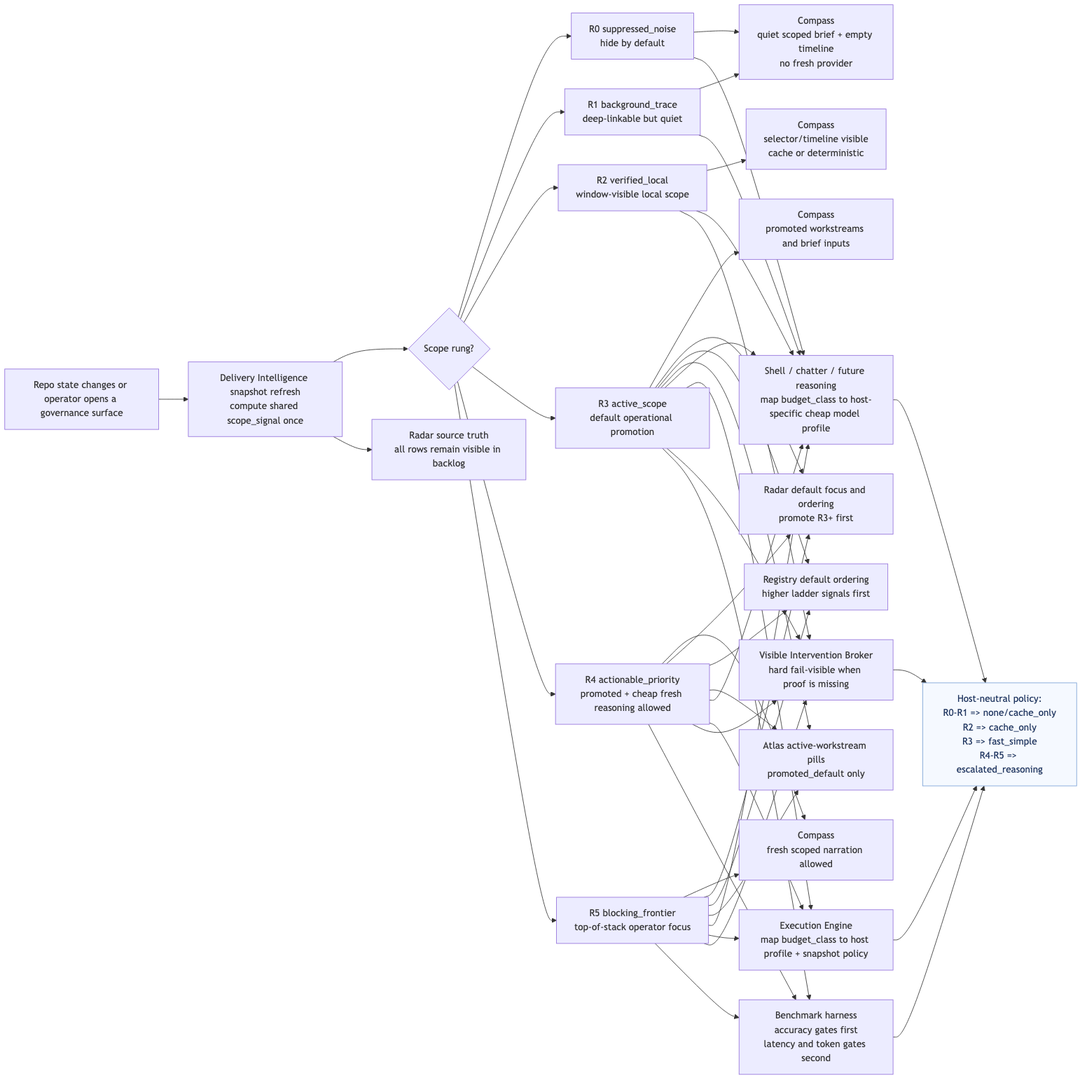
The Mermaid diagram odylith/atlas/source/odylith-governance-surface-focus-and-budget-gating-flow.png in odylith/odylith, before a commit. Its source is kept beside it as odylith/atlas/source/odylith-governance-surface-focus-and-budget-gating-flow.mmd. The source it was exported from:
```mermaid
flowchart LR
  Start["Repo state changes or operator opens a governance surface"]
  Delivery["Delivery Intelligence snapshot refresh<br/>compute shared scope_signal once"]
  Split{"Scope rung?"}

  R0["R0 suppressed_noise<br/>hide by default"]
  R1["R1 background_trace<br/>deep-linkable but quiet"]
  R2["R2 verified_local<br/>window-visible local scope"]
  R3["R3 active_scope<br/>default operational promotion"]
  R4["R4 actionable_priority<br/>promoted + cheap fresh reasoning allowed"]
  R5["R5 blocking_frontier<br/>top-of-stack operator focus"]

  CompassQuiet["Compass<br/>quiet scoped brief + empty timeline<br/>no fresh provider"]
  CompassVisible["Compass<br/>selector/timeline visible<br/>cache or deterministic"]
  CompassPromoted["Compass<br/>promoted workstreams and brief inputs"]
  CompassFresh["Compass<br/>fresh scoped narration allowed"]

  RadarAll["Radar source truth<br/>all rows remain visible in backlog"]
  RadarPromoted["Radar default focus and ordering<br/>promote R3+ first"]

  RegistryPromoted["Registry default ordering<br/>higher ladder signals first"]
  AtlasPromoted["Atlas active-workstream pills<br/>promoted_default only"]
  ShellBudget["Shell / chatter / future reasoning<br/>map budget_class to host-specific cheap model profile"]
  ExecutionProfile["Execution Engine<br/>map budget_class to host profile + snapshot policy"]
  VisibilityBroker["Visible Intervention Broker<br/>hard fail-visible when proof is missing"]
  BenchmarkBudget["Benchmark harness<br/>accuracy gates first<br/>latency and token gates second"]

  Start --> Delivery
  Delivery --> Split
  Split --> R0
  Split --> R1
  Split --> R2
  Split --> R3
  Split --> R4
  Split --> R5

  R0 --> CompassQuiet
  R1 --> CompassQuiet
  R2 --> CompassVisible
  R3 --> CompassPromoted
  R4 --> CompassFresh
  R5 --> CompassFresh

  Delivery --> RadarAll
  R3 --> RadarPromoted
  R4 --> RadarPromoted
  R5 --> RadarPromoted

  R3 --> RegistryPromoted
  R4 --> RegistryPromoted
  R5 --> RegistryPromoted

  R3 --> AtlasPromoted
  R4 --> AtlasPromoted
  R5 --> AtlasPromoted

  R0 --> ShellBudget
  R1 --> ShellBudget
  R2 --> ShellBudget
  R3 --> ShellBudget
  R4 --> ShellBudget
  R5 --> ShellBudget
  R3 --> ExecutionProfile
  R4 --> ExecutionProfile
  R5 --> ExecutionProfile
  R2 --> VisibilityBroker
  R3 --> VisibilityBroker
  R4 --> VisibilityBroker
  R5 --> VisibilityBroker
  R3 --> BenchmarkBudget
  R4 --> BenchmarkBudget
  R5 --> BenchmarkBudget

  Note["Host-neutral policy:<br/>R0-R1 => none/cache_only<br/>R2 => cache_only<br/>R3 => fast_simple<br/>R4-R5 => escalated_reasoning"]:::note
  ShellBudget --> Note
  ExecutionProfile --> Note
  VisibilityBroker --> Note
  BenchmarkBudget --> Note

  classDef note fill:#f5f9ff,stroke:#7aa0d6,color:#1f355f
```
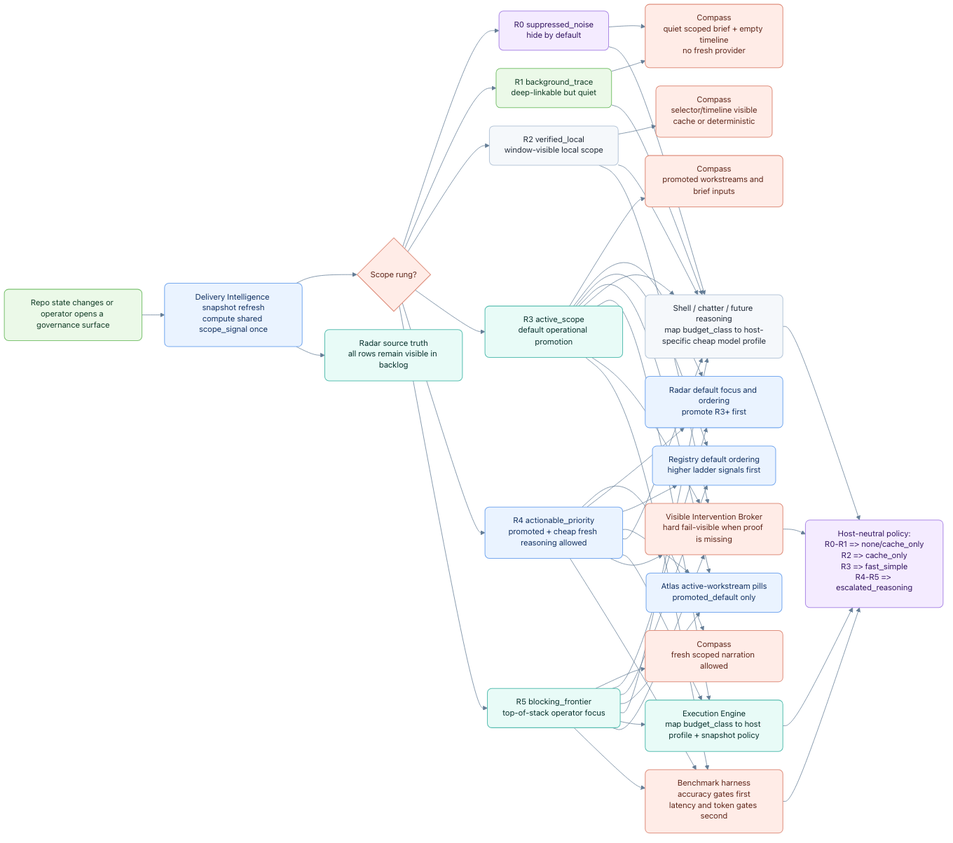
Later version of the same file.

The edit, as a diff of the source:
```diff
@@ -77,4 +77,4 @@
   VisibilityBroker --> Note
   BenchmarkBudget --> Note
 
-  classDef note fill:#f5f9ff,stroke:#7aa0d6,color:#1f355f
+  classDef note fill:#eaf3ff,stroke:#77a9ef,color:#102f5f
```
